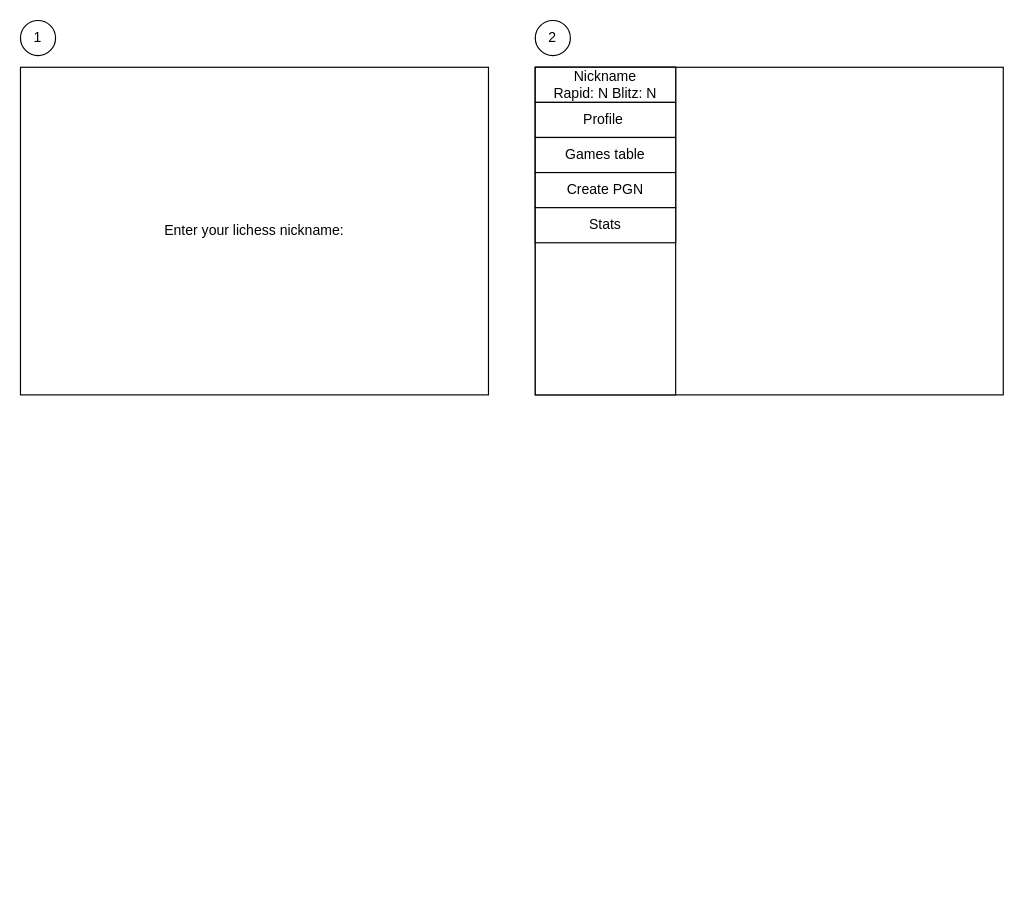
Earlier version of the draw.io diagram docs/arch.drawio (rainfault/chesspush). Source tidied: cells renumbered, new cells numbered last; positions are measured from the earlier drawing's top-left corner, leaving out a move shared by most shapes. Both pictures are drawn from the tidied source at 117%, with x=0, y=0 at pixel (20, 20).
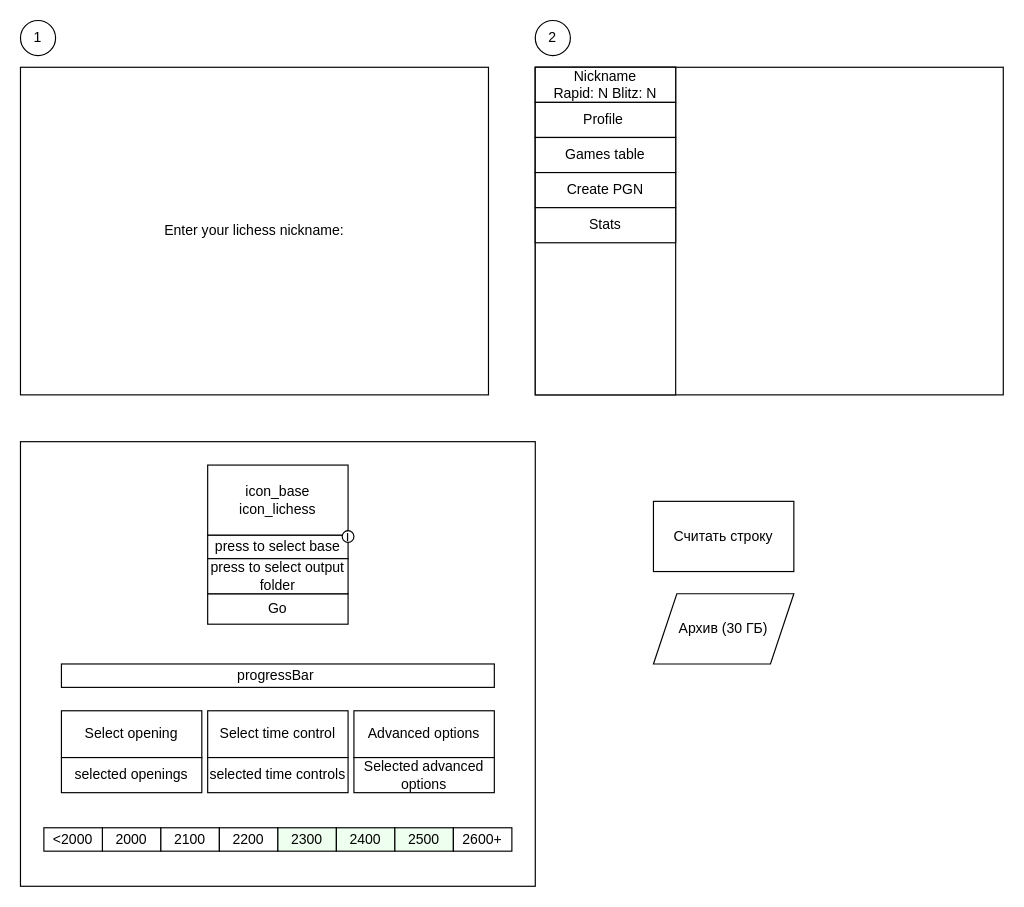
Above is the later version.

Change to the diagram source:
```diff
@@
+    <mxCell id="13" style="rounded=0;whiteSpace=wrap;html=1;" parent="1" vertex="1">
+      <mxGeometry y="360" width="440" height="380" as="geometry" />
+    </mxCell>
@@
+    <mxCell id="14" value="icon_base&lt;div&gt;icon_lichess&lt;/div&gt;" style="rounded=0;whiteSpace=wrap;html=1;" parent="1" vertex="1">
+      <mxGeometry x="160" y="380" width="120" height="60" as="geometry" />
+    </mxCell>
+    <mxCell id="15" value="progressBar&amp;nbsp;" style="rounded=0;whiteSpace=wrap;html=1;" parent="1" vertex="1">
+      <mxGeometry x="35" y="550" width="370" height="20" as="geometry" />
+    </mxCell>
+    <mxCell id="16" value="press to select base" style="rounded=0;whiteSpace=wrap;html=1;" parent="1" vertex="1">
+      <mxGeometry x="160" y="440" width="120" height="20" as="geometry" />
+    </mxCell>
+    <mxCell id="17" value="i" style="ellipse;whiteSpace=wrap;html=1;" parent="1" vertex="1">
+      <mxGeometry x="275" y="436" width="10" height="10" as="geometry" />
+    </mxCell>
+    <mxCell id="18" value="Select opening" style="rounded=0;whiteSpace=wrap;html=1;" parent="1" vertex="1">
+      <mxGeometry x="35" y="590" width="120" height="40" as="geometry" />
+    </mxCell>
+    <mxCell id="19" value="2000" style="rounded=0;whiteSpace=wrap;html=1;" parent="1" vertex="1">
+      <mxGeometry x="70" y="690" width="50" height="20" as="geometry" />
+    </mxCell>
+    <mxCell id="20" value="2100" style="rounded=0;whiteSpace=wrap;html=1;" parent="1" vertex="1">
+      <mxGeometry x="120" y="690" width="50" height="20" as="geometry" />
+    </mxCell>
+    <mxCell id="21" value="2200" style="rounded=0;whiteSpace=wrap;html=1;" parent="1" vertex="1">
+      <mxGeometry x="170" y="690" width="50" height="20" as="geometry" />
+    </mxCell>
+    <mxCell id="22" value="2300" style="rounded=0;whiteSpace=wrap;html=1;fillColor=#EEFFF0;" parent="1" vertex="1">
+      <mxGeometry x="220" y="690" width="50" height="20" as="geometry" />
+    </mxCell>
+    <mxCell id="23" value="2400" style="rounded=0;whiteSpace=wrap;html=1;strokeColor=default;align=center;verticalAlign=middle;fontFamily=Helvetica;fontSize=12;fontColor=default;fillColor=#EEFFF0;" parent="1" vertex="1">
+      <mxGeometry x="270" y="690" width="50" height="20" as="geometry" />
+    </mxCell>
+    <mxCell id="24" value="2500" style="rounded=0;whiteSpace=wrap;html=1;strokeColor=default;align=center;verticalAlign=middle;fontFamily=Helvetica;fontSize=12;fontColor=default;fillColor=#EEFFF0;" parent="1" vertex="1">
+      <mxGeometry x="320" y="690" width="50" height="20" as="geometry" />
+    </mxCell>
+    <mxCell id="25" value="Select time control" style="rounded=0;whiteSpace=wrap;html=1;" parent="1" vertex="1">
+      <mxGeometry x="160" y="590" width="120" height="40" as="geometry" />
+    </mxCell>
+    <mxCell id="26" value="Advanced options" style="rounded=0;whiteSpace=wrap;html=1;" parent="1" vertex="1">
+      <mxGeometry x="285" y="590" width="120" height="40" as="geometry" />
+    </mxCell>
+    <mxCell id="27" value="selected openings" style="rounded=0;whiteSpace=wrap;html=1;" parent="1" vertex="1">
+      <mxGeometry x="35" y="630" width="120" height="30" as="geometry" />
+    </mxCell>
+    <mxCell id="28" value="selected time controls" style="rounded=0;whiteSpace=wrap;html=1;" parent="1" vertex="1">
+      <mxGeometry x="160" y="630" width="120" height="30" as="geometry" />
+    </mxCell>
+    <mxCell id="29" value="Selected advanced options" style="rounded=0;whiteSpace=wrap;html=1;" parent="1" vertex="1">
+      <mxGeometry x="285" y="630" width="120" height="30" as="geometry" />
+    </mxCell>
+    <mxCell id="30" value="Go" style="rounded=0;whiteSpace=wrap;html=1;" parent="1" vertex="1">
+      <mxGeometry x="160" y="490" width="120" height="26" as="geometry" />
+    </mxCell>
+    <mxCell id="31" value="2600+" style="rounded=0;whiteSpace=wrap;html=1;" parent="1" vertex="1">
+      <mxGeometry x="370" y="690" width="50" height="20" as="geometry" />
+    </mxCell>
+    <mxCell id="32" value="&amp;lt;2000" style="rounded=0;whiteSpace=wrap;html=1;" parent="1" vertex="1">
+      <mxGeometry x="20" y="690" width="50" height="20" as="geometry" />
+    </mxCell>
+    <mxCell id="33" value="press to select output folder" style="rounded=0;whiteSpace=wrap;html=1;" parent="1" vertex="1">
+      <mxGeometry x="160" y="460" width="120" height="30" as="geometry" />
+    </mxCell>
+    <mxCell id="34" value="Считать строку" style="rounded=0;whiteSpace=wrap;html=1;" parent="1" vertex="1">
+      <mxGeometry x="541" y="411" width="120" height="60" as="geometry" />
+    </mxCell>
+    <mxCell id="35" value="Архив (30 ГБ)" style="shape=parallelogram;perimeter=parallelogramPerimeter;whiteSpace=wrap;html=1;fixedSize=1;" parent="1" vertex="1">
+      <mxGeometry x="541" y="490" width="120" height="60" as="geometry" />
+    </mxCell>
```
